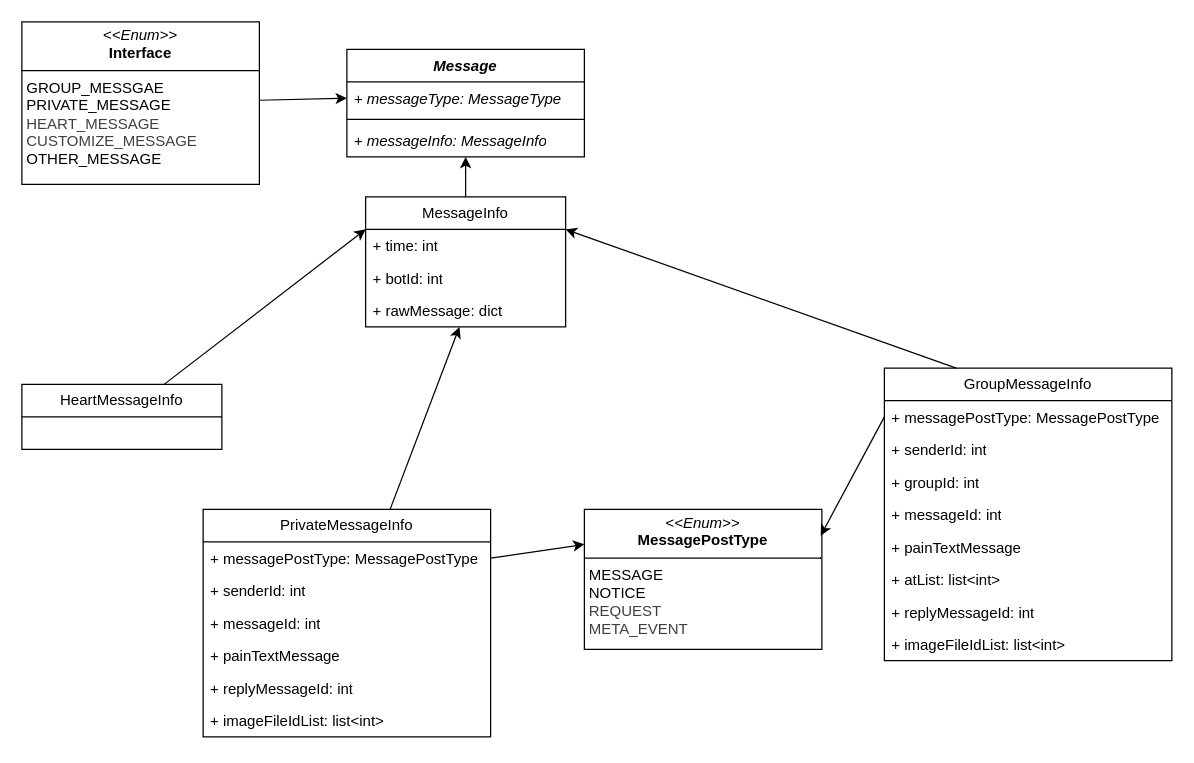
This is page "消息类" (4 of 4) of leke.drawio from JKWTCN/bot, a draw.io file, before an edit. Source tidied: cells renumbered, new cells numbered last; positions are measured from the earlier drawing's top-left corner, leaving out a move shared by most shapes. Both pictures are drawn from the tidied source at 125%, with x=0, y=0 at pixel (21, 21).
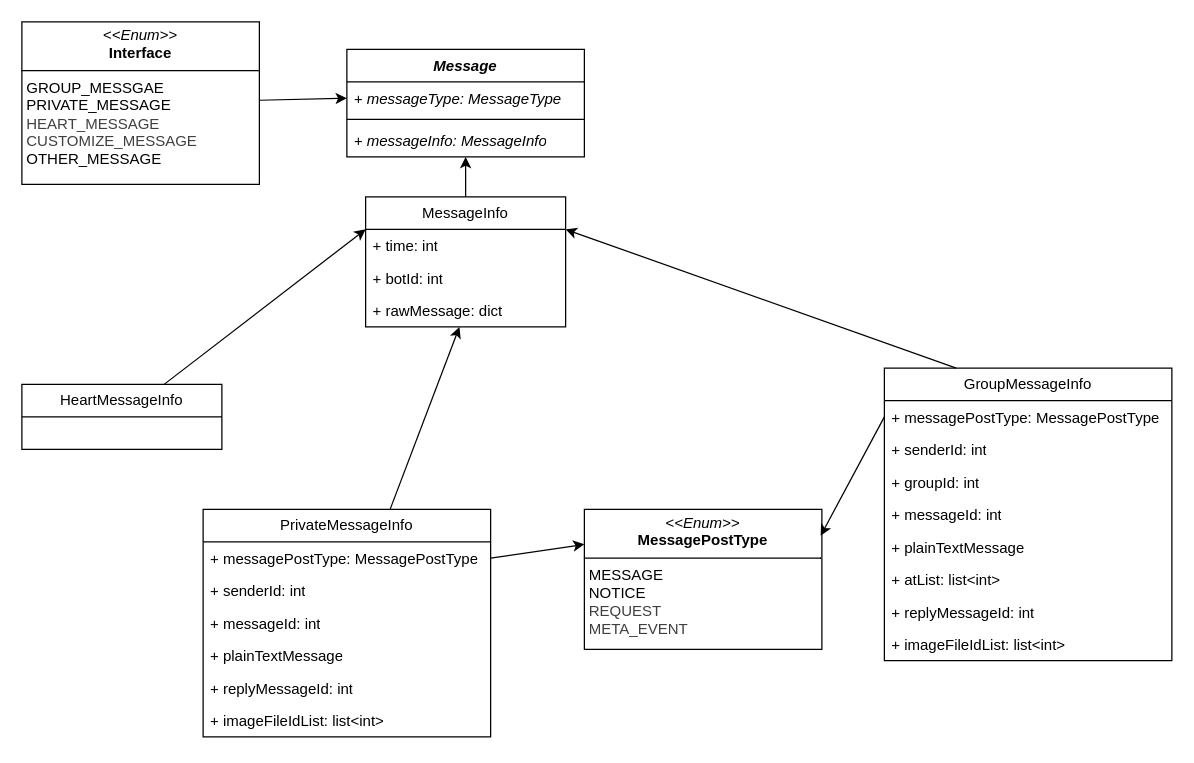
The same page after the edit.

Unchanged cells that the change refers to:
```xml
<mxCell id="3" value="GroupMessageInfo" style="swimlane;fontStyle=0;horizontal=1;startSize=26;fillColor=none;whiteSpace=wrap;html=1;" parent="1" vertex="1">
  <mxGeometry x="690" y="277" width="230" height="234" as="geometry" />
</mxCell>
<mxCell id="19" value="PrivateMessageInfo" style="swimlane;fontStyle=0;horizontal=1;startSize=26;fillColor=none;whiteSpace=wrap;html=1;" parent="1" vertex="1">
  <mxGeometry x="145" y="390" width="230" height="182" as="geometry" />
</mxCell>
```

What changed in the source:
```diff
@@
-    <mxCell id="8" value="+ painTextMessage" style="text;strokeColor=none;fillColor=none;align=left;verticalAlign=top;spacingLeft=4;spacingRight=4;overflow=hidden;whiteSpace=wrap;html=1;" parent="3" vertex="1">
+    <mxCell id="8" value="+ plainTextMessage" style="text;strokeColor=none;fillColor=none;align=left;verticalAlign=top;spacingLeft=4;spacingRight=4;overflow=hidden;whiteSpace=wrap;html=1;" parent="3" vertex="1">
       <mxGeometry y="130" width="230" height="26" as="geometry" />
     </mxCell>
@@
-    <mxCell id="23" value="+ painTextMessage" style="text;strokeColor=none;fillColor=none;align=left;verticalAlign=top;spacingLeft=4;spacingRight=4;overflow=hidden;whiteSpace=wrap;html=1;" parent="19" vertex="1">
+    <mxCell id="23" value="+ plainTextMessage" style="text;strokeColor=none;fillColor=none;align=left;verticalAlign=top;spacingLeft=4;spacingRight=4;overflow=hidden;whiteSpace=wrap;html=1;" parent="19" vertex="1">
       <mxGeometry y="104" width="230" height="26" as="geometry" />
     </mxCell>
```
